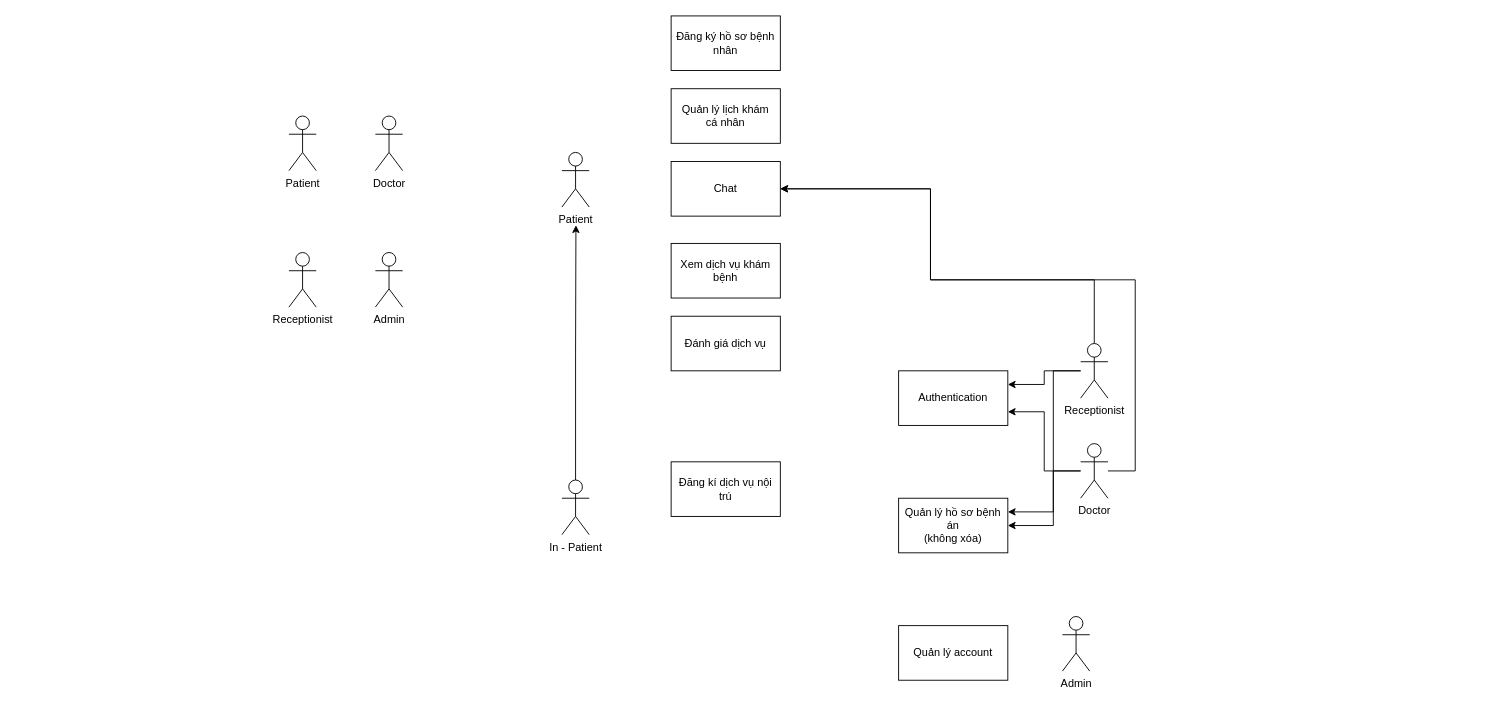
Before: page "Page-1" (1 of 2) of Diagram/Hanu Hospital.drawio in hoanghieu2000a/HANU_Hospital, a draw.io diagram. Source tidied: cells renumbered, new cells numbered last; positions are measured from the earlier drawing's top-left corner, leaving out a move shared by most shapes. Both pictures are drawn from the tidied source at 91%, with x=0, y=0 at pixel (288, 15).
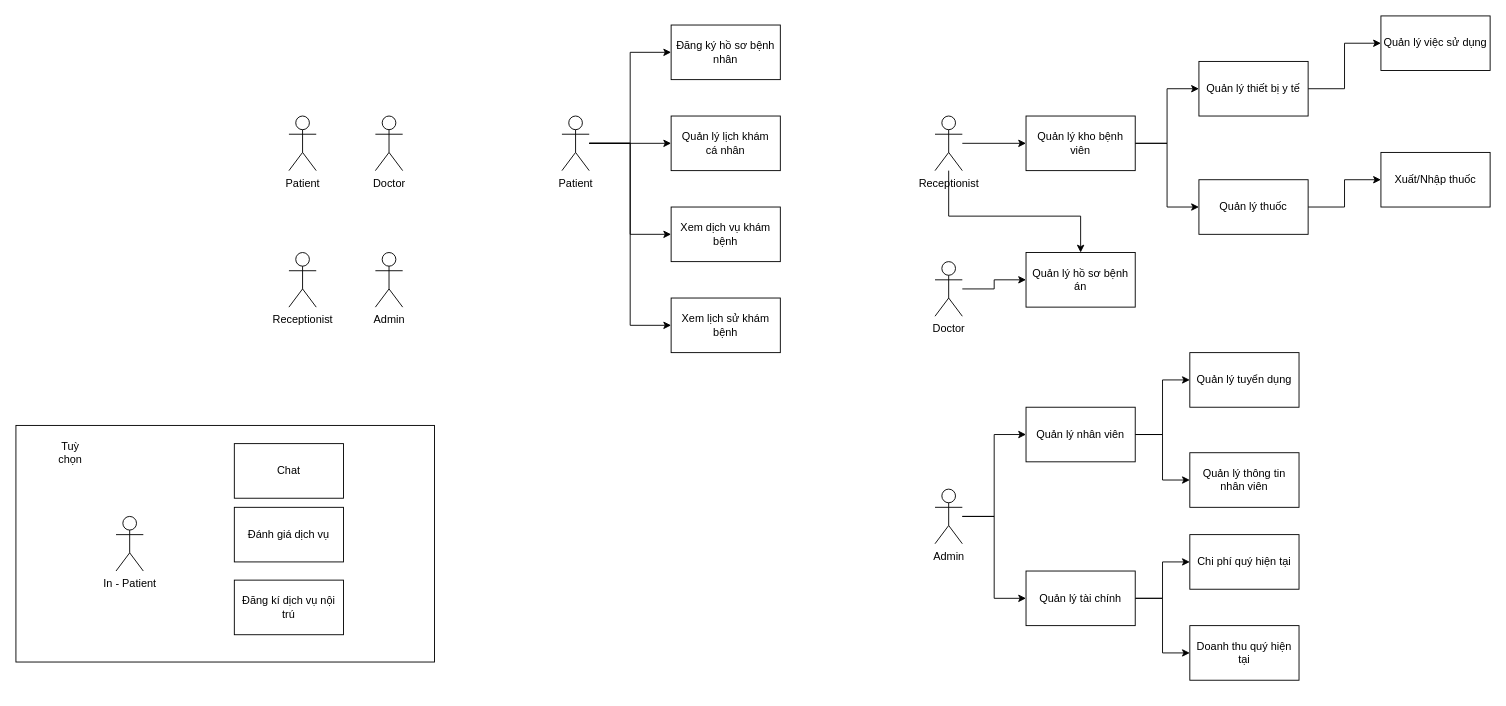
Above is the later version.

Commit message:
Update Use Case Diagram.drawio

What changed in the source:
```diff
@@
+    <mxCell id="27" style="rounded=0;whiteSpace=wrap;html=1;" parent="1" vertex="1">
+      <mxGeometry x="-300" y="450" width="460" height="260" as="geometry" />
+    </mxCell>
@@
+    <mxCell id="28" style="edgeStyle=orthogonalEdgeStyle;rounded=0;jettySize=auto;html=1;entryX=0;entryY=0.5;entryDx=0;entryDy=0;" parent="1" edge="1" source="6" target="7">
+      <mxGeometry relative="1" as="geometry" />
+    </mxCell>
+    <mxCell id="29" style="edgeStyle=orthogonalEdgeStyle;rounded=0;jettySize=auto;html=1;entryX=0;entryY=0.5;entryDx=0;entryDy=0;" parent="1" edge="1" source="6" target="12">
+      <mxGeometry relative="1" as="geometry" />
+    </mxCell>
+    <mxCell id="30" style="edgeStyle=orthogonalEdgeStyle;rounded=0;jettySize=auto;html=1;entryX=0;entryY=0.5;entryDx=0;entryDy=0;" parent="1" edge="1" source="6" target="21">
+      <mxGeometry relative="1" as="geometry" />
+    </mxCell>
+    <mxCell id="31" style="edgeStyle=orthogonalEdgeStyle;rounded=0;jettySize=auto;html=1;entryX=0;entryY=0.5;entryDx=0;entryDy=0;" parent="1" edge="1" source="6" target="49">
+      <mxGeometry relative="1" as="geometry" />
+    </mxCell>
     <mxCell id="6" value="Patient" style="shape=umlActor;verticalLabelPosition=bottom;verticalAlign=top;html=1;outlineConnect=0;" parent="1" vertex="1">
-      <mxGeometry x="300" y="150" width="30" height="60" as="geometry" />
+      <mxGeometry x="300" y="110" width="30" height="60" as="geometry" />
     </mxCell>
     <mxCell id="7" value="Đăng ký hồ sơ bệnh nhân" style="rounded=0;whiteSpace=wrap;html=1;" parent="1" vertex="1">
-      <mxGeometry x="420" width="120" height="60" as="geometry" />
+      <mxGeometry x="420" y="10" width="120" height="60" as="geometry" />
     </mxCell>
-    <mxCell id="8" style="edgeStyle=orthogonalEdgeStyle;rounded=0;jettySize=auto;html=1;entryX=1;entryY=0.25;entryDx=0;entryDy=0;" parent="1" edge="1" source="11" target="23">
+    <mxCell id="8" style="edgeStyle=orthogonalEdgeStyle;rounded=0;jettySize=auto;html=1;entryX=0;entryY=0.5;entryDx=0;entryDy=0;" parent="1" edge="1" source="11" target="23">
       <mxGeometry relative="1" as="geometry" />
     </mxCell>
-    <mxCell id="9" style="edgeStyle=orthogonalEdgeStyle;rounded=0;jettySize=auto;html=1;entryX=1;entryY=0.5;entryDx=0;entryDy=0;" parent="1" edge="1" source="11" target="13">
+    <mxCell id="9" style="edgeStyle=orthogonalEdgeStyle;rounded=0;jettySize=auto;html=1;" parent="1" edge="1" source="11" target="13">
       <mxGeometry relative="1" as="geometry">
         <Array as="points">
-          <mxPoint x="840" y="390" />
-          <mxPoint x="840" y="560" />
+          <mxPoint x="725" y="220" />
+          <mxPoint x="870" y="220" />
         </Array>
       </mxGeometry>
     </mxCell>
-    <mxCell id="10" style="edgeStyle=orthogonalEdgeStyle;rounded=0;jettySize=auto;html=1;entryX=1;entryY=0.5;entryDx=0;entryDy=0;" parent="1" edge="1" source="11" target="18">
-      <mxGeometry relative="1" as="geometry">
-        <Array as="points">
-          <mxPoint x="885" y="290" />
-          <mxPoint x="705" y="290" />
-          <mxPoint x="705" y="190" />
-        </Array>
-      </mxGeometry>
-    </mxCell>
     <mxCell id="11" value="Receptionist" style="shape=umlActor;verticalLabelPosition=bottom;verticalAlign=top;html=1;outlineConnect=0;" parent="1" vertex="1">
-      <mxGeometry x="870" y="360" width="30" height="60" as="geometry" />
+      <mxGeometry x="710" y="110" width="30" height="60" as="geometry" />
     </mxCell>
     <mxCell id="12" value="&lt;div&gt;Quản lý lịch khám&lt;/div&gt;&lt;div&gt;cá nhân&lt;br&gt;&lt;/div&gt;" style="rounded=0;whiteSpace=wrap;html=1;" parent="1" vertex="1">
-      <mxGeometry x="420" y="80" width="120" height="60" as="geometry" />
+      <mxGeometry x="420" y="110" width="120" height="60" as="geometry" />
     </mxCell>
-    <mxCell id="13" value="&lt;div&gt;Quản lý hồ sơ bệnh án&lt;/div&gt;&lt;div&gt;(không xóa)&lt;br&gt;&lt;/div&gt;" style="rounded=0;whiteSpace=wrap;html=1;" parent="1" vertex="1">
-      <mxGeometry x="670" y="530" width="120" height="60" as="geometry" />
+    <mxCell id="13" value="&lt;div&gt;Quản lý hồ sơ bệnh án&lt;/div&gt;" style="rounded=0;whiteSpace=wrap;html=1;" parent="1" vertex="1">
+      <mxGeometry x="810" y="260" width="120" height="60" as="geometry" />
     </mxCell>
-    <mxCell id="14" style="edgeStyle=orthogonalEdgeStyle;rounded=0;jettySize=auto;html=1;entryX=1;entryY=0.75;entryDx=0;entryDy=0;" parent="1" edge="1" source="17" target="23">
-      <mxGeometry relative="1" as="geometry" />
-    </mxCell>
-    <mxCell id="15" style="edgeStyle=orthogonalEdgeStyle;rounded=0;jettySize=auto;html=1;entryX=1;entryY=0.25;entryDx=0;entryDy=0;" parent="1" edge="1" source="17" target="13">
-      <mxGeometry relative="1" as="geometry">
-        <Array as="points">
-          <mxPoint x="840" y="500" />
-          <mxPoint x="840" y="545" />
-        </Array>
-      </mxGeometry>
+    <mxCell id="15" style="edgeStyle=orthogonalEdgeStyle;rounded=0;jettySize=auto;html=1;" parent="1" edge="1" source="17" target="13">
+      <mxGeometry relative="1" as="geometry" />
     </mxCell>
-    <mxCell id="16" style="edgeStyle=orthogonalEdgeStyle;rounded=0;jettySize=auto;html=1;entryX=1;entryY=0.5;entryDx=0;entryDy=0;" parent="1" edge="1" source="17" target="18">
-      <mxGeometry relative="1" as="geometry">
-        <Array as="points">
-          <mxPoint x="930" y="500" />
-          <mxPoint x="930" y="290" />
-          <mxPoint x="705" y="290" />
-          <mxPoint x="705" y="190" />
-        </Array>
-      </mxGeometry>
-    </mxCell>
     <mxCell id="17" value="Doctor" style="shape=umlActor;verticalLabelPosition=bottom;verticalAlign=top;html=1;outlineConnect=0;" parent="1" vertex="1">
-      <mxGeometry x="870" y="470" width="30" height="60" as="geometry" />
+      <mxGeometry x="710" y="270" width="30" height="60" as="geometry" />
     </mxCell>
     <mxCell id="18" value="Chat" style="rounded=0;whiteSpace=wrap;html=1;" parent="1" vertex="1">
-      <mxGeometry x="420" y="160" width="120" height="60" as="geometry" />
+      <mxGeometry x="-60" y="470" width="120" height="60" as="geometry" />
     </mxCell>
-    <mxCell id="19" style="edgeStyle=orthogonalEdgeStyle;rounded=0;jettySize=auto;html=1;exitX=0.5;exitY=0;exitDx=0;exitDy=0;exitPerimeter=0;" parent="1" edge="1" source="20">
-      <mxGeometry relative="1" as="geometry">
-        <mxPoint x="315.4" y="230" as="targetPoint" />
-      </mxGeometry>
-    </mxCell>
     <mxCell id="20" value="In - Patient" style="shape=umlActor;verticalLabelPosition=bottom;verticalAlign=top;html=1;outlineConnect=0;" parent="1" vertex="1">
-      <mxGeometry x="300" y="510" width="30" height="60" as="geometry" />
+      <mxGeometry x="-190" y="550" width="30" height="60" as="geometry" />
     </mxCell>
     <mxCell id="21" value="Xem dịch vụ khám bệnh" style="rounded=0;whiteSpace=wrap;html=1;" parent="1" vertex="1">
-      <mxGeometry x="420" y="250" width="120" height="60" as="geometry" />
+      <mxGeometry x="420" y="210" width="120" height="60" as="geometry" />
     </mxCell>
     <mxCell id="22" value="&lt;div&gt;Đánh giá dịch vụ&lt;/div&gt;" style="rounded=0;whiteSpace=wrap;html=1;" parent="1" vertex="1">
-      <mxGeometry x="420" y="330" width="120" height="60" as="geometry" />
+      <mxGeometry x="-60" y="540" width="120" height="60" as="geometry" />
     </mxCell>
+    <mxCell id="32" style="edgeStyle=orthogonalEdgeStyle;rounded=0;jettySize=auto;html=1;entryX=0;entryY=0.5;entryDx=0;entryDy=0;" parent="1" edge="1" source="23" target="40">
+      <mxGeometry relative="1" as="geometry" />
+    </mxCell>
+    <mxCell id="33" style="edgeStyle=orthogonalEdgeStyle;rounded=0;jettySize=auto;html=1;entryX=0;entryY=0.5;entryDx=0;entryDy=0;" parent="1" edge="1" source="23" target="42">
+      <mxGeometry relative="1" as="geometry" />
+    </mxCell>
-    <mxCell id="23" value="Authentication" style="rounded=0;whiteSpace=wrap;html=1;" parent="1" vertex="1">
-      <mxGeometry x="670" y="390" width="120" height="60" as="geometry" />
+    <mxCell id="23" value="Quản lý kho bệnh viên" style="rounded=0;whiteSpace=wrap;html=1;" parent="1" vertex="1">
+      <mxGeometry x="810" y="110" width="120" height="60" as="geometry" />
     </mxCell>
+    <mxCell id="34" style="edgeStyle=orthogonalEdgeStyle;rounded=0;jettySize=auto;html=1;entryX=0;entryY=0.5;entryDx=0;entryDy=0;" parent="1" edge="1" source="24" target="25">
+      <mxGeometry relative="1" as="geometry" />
+    </mxCell>
+    <mxCell id="35" style="edgeStyle=orthogonalEdgeStyle;rounded=0;jettySize=auto;html=1;entryX=0;entryY=0.5;entryDx=0;entryDy=0;" parent="1" edge="1" source="24" target="46">
+      <mxGeometry relative="1" as="geometry" />
+    </mxCell>
     <mxCell id="24" value="Admin" style="shape=umlActor;verticalLabelPosition=bottom;verticalAlign=top;html=1;outlineConnect=0;" parent="1" vertex="1">
-      <mxGeometry x="850" y="660" width="30" height="60" as="geometry" />
+      <mxGeometry x="710" y="520" width="30" height="60" as="geometry" />
     </mxCell>
+    <mxCell id="36" style="edgeStyle=orthogonalEdgeStyle;rounded=0;jettySize=auto;html=1;entryX=0;entryY=0.5;entryDx=0;entryDy=0;" parent="1" edge="1" source="25" target="51">
+      <mxGeometry relative="1" as="geometry" />
+    </mxCell>
+    <mxCell id="37" style="edgeStyle=orthogonalEdgeStyle;rounded=0;jettySize=auto;html=1;entryX=0;entryY=0.5;entryDx=0;entryDy=0;" parent="1" edge="1" source="25" target="50">
+      <mxGeometry relative="1" as="geometry" />
+    </mxCell>
-    <mxCell id="25" value="Quản lý account" style="rounded=0;whiteSpace=wrap;html=1;" parent="1" vertex="1">
-      <mxGeometry x="670" y="670" width="120" height="60" as="geometry" />
+    <mxCell id="25" value="Quản lý nhân viên" style="rounded=0;whiteSpace=wrap;html=1;" parent="1" vertex="1">
+      <mxGeometry x="810" y="430" width="120" height="60" as="geometry" />
     </mxCell>
     <mxCell id="26" value="Đăng kí dịch vụ nội trú" style="rounded=0;whiteSpace=wrap;html=1;" parent="1" vertex="1">
-      <mxGeometry x="420" y="490" width="120" height="60" as="geometry" />
+      <mxGeometry x="-60" y="620" width="120" height="60" as="geometry" />
     </mxCell>
+    <mxCell id="38" value="Tuỳ chọn" style="text;html=1;strokeColor=none;fillColor=none;align=center;verticalAlign=middle;whiteSpace=wrap;rounded=0;" parent="1" vertex="1">
+      <mxGeometry x="-260" y="470" width="40" height="20" as="geometry" />
+    </mxCell>
+    <mxCell id="39" style="edgeStyle=orthogonalEdgeStyle;rounded=0;jettySize=auto;html=1;" parent="1" edge="1" source="40" target="43">
+      <mxGeometry relative="1" as="geometry" />
+    </mxCell>
+    <mxCell id="40" value="Quản lý thiết bị y tế" style="rounded=0;whiteSpace=wrap;html=1;" parent="1" vertex="1">
+      <mxGeometry x="1000" y="50" width="120" height="60" as="geometry" />
+    </mxCell>
+    <mxCell id="41" style="edgeStyle=orthogonalEdgeStyle;rounded=0;jettySize=auto;html=1;entryX=0;entryY=0.5;entryDx=0;entryDy=0;" parent="1" edge="1" source="42" target="52">
+      <mxGeometry relative="1" as="geometry" />
+    </mxCell>
+    <mxCell id="42" value="Quản lý thuốc" style="rounded=0;whiteSpace=wrap;html=1;" parent="1" vertex="1">
+      <mxGeometry x="1000" y="180" width="120" height="60" as="geometry" />
+    </mxCell>
+    <mxCell id="43" value="Quản lý việc sử dụng " style="whiteSpace=wrap;html=1;rounded=0;" parent="1" vertex="1">
+      <mxGeometry x="1200" width="120" height="60" as="geometry" />
+    </mxCell>
+    <mxCell id="44" style="edgeStyle=orthogonalEdgeStyle;rounded=0;jettySize=auto;html=1;entryX=0;entryY=0.5;entryDx=0;entryDy=0;" parent="1" edge="1" source="46" target="47">
+      <mxGeometry relative="1" as="geometry" />
+    </mxCell>
+    <mxCell id="45" style="edgeStyle=orthogonalEdgeStyle;rounded=0;jettySize=auto;html=1;entryX=0;entryY=0.5;entryDx=0;entryDy=0;" parent="1" edge="1" source="46" target="48">
+      <mxGeometry relative="1" as="geometry" />
+    </mxCell>
+    <mxCell id="46" value="Quản lý tài chính" style="rounded=0;whiteSpace=wrap;html=1;" parent="1" vertex="1">
+      <mxGeometry x="810" y="610" width="120" height="60" as="geometry" />
+    </mxCell>
+    <mxCell id="47" value="Doanh thu quý hiện tại" style="rounded=0;whiteSpace=wrap;html=1;" parent="1" vertex="1">
+      <mxGeometry x="990" y="670" width="120" height="60" as="geometry" />
+    </mxCell>
+    <mxCell id="48" value="Chi phí quý hiện tại" style="rounded=0;whiteSpace=wrap;html=1;" parent="1" vertex="1">
+      <mxGeometry x="990" y="570" width="120" height="60" as="geometry" />
+    </mxCell>
+    <mxCell id="49" value="Xem lịch sử khám bệnh" style="rounded=0;whiteSpace=wrap;html=1;" parent="1" vertex="1">
+      <mxGeometry x="420" y="310" width="120" height="60" as="geometry" />
+    </mxCell>
+    <mxCell id="50" value="Quản lý thông tin nhân viên" style="rounded=0;whiteSpace=wrap;html=1;" parent="1" vertex="1">
+      <mxGeometry x="990" y="480" width="120" height="60" as="geometry" />
+    </mxCell>
+    <mxCell id="51" value="Quản lý tuyển dụng" style="rounded=0;whiteSpace=wrap;html=1;" parent="1" vertex="1">
+      <mxGeometry x="990" y="370" width="120" height="60" as="geometry" />
+    </mxCell>
+    <mxCell id="52" value="Xuất/Nhập thuốc" style="rounded=0;whiteSpace=wrap;html=1;" parent="1" vertex="1">
+      <mxGeometry x="1200" y="150" width="120" height="60" as="geometry" />
+    </mxCell>
```
